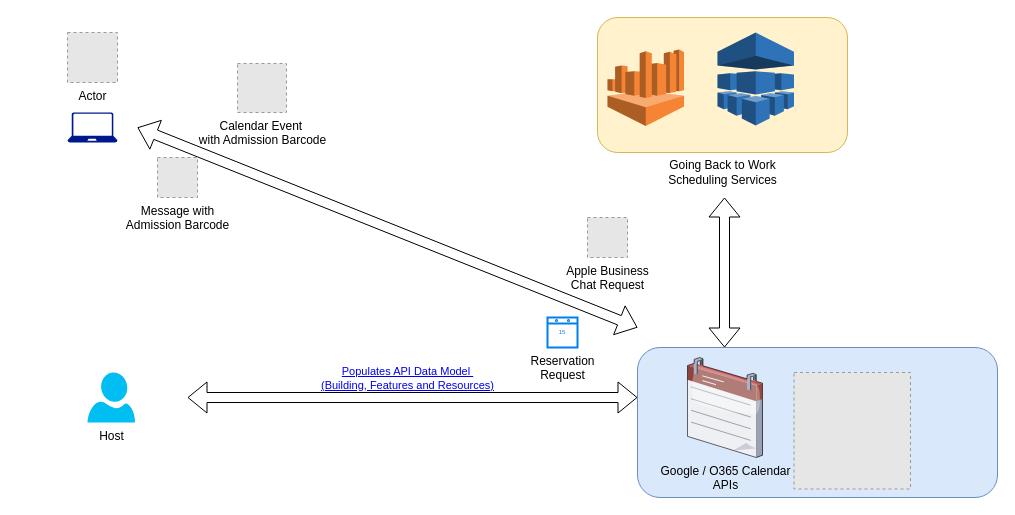
Earlier version of the draw.io diagram lectures/ai-systems/going-back-to-work/images/going-back-to-work.drawio (pantelis/aiml-common). Source tidied: cells renumbered, new cells numbered last; positions are measured from the earlier drawing's top-left corner, leaving out a move shared by most shapes. Both pictures are drawn from the tidied source at 100%, with x=0, y=0 at pixel (67, 17). Pictures stored in the file or linked from it are replaced by grey dashed boxes.
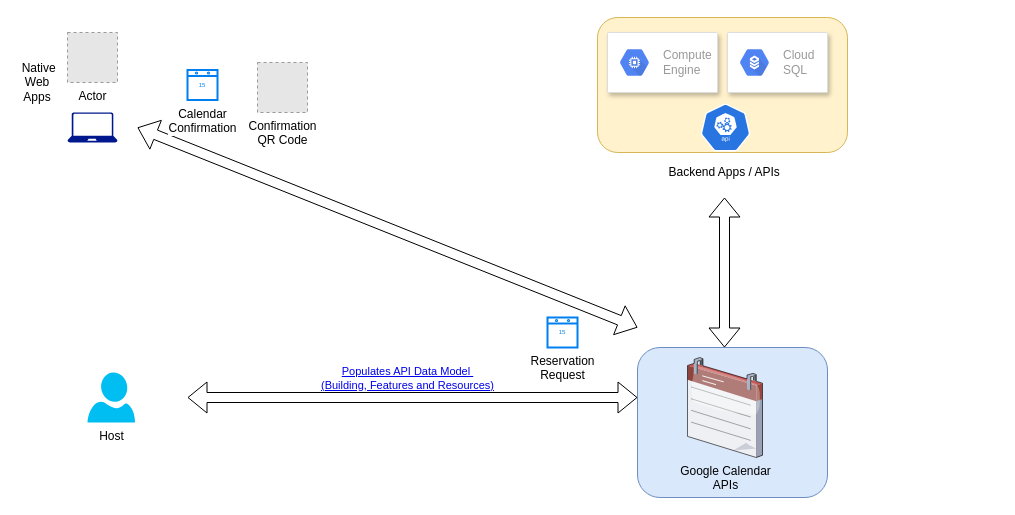
The same diagram, later.

What changed in the source:
```diff
@@
     <mxCell id="2" style="rounded=1;whiteSpace=wrap;html=1;fillColor=#dae8fc;strokeColor=#6c8ebf;" parent="1" vertex="1">
-      <mxGeometry x="570" y="330" width="360" height="150" as="geometry" />
+      <mxGeometry x="570" y="330" width="190" height="150" as="geometry" />
     </mxCell>
@@
-    <mxCell id="5" style="dashed=0;verticalLabelPosition=bottom;verticalAlign=top;align=center;html=1;shape=mxgraph.aws3.machine_learning;fillColor=#2E73B8;gradientColor=none;" parent="1" vertex="1">
-      <mxGeometry x="650" y="15" width="76.5" height="93" as="geometry" />
-    </mxCell>
-    <mxCell id="6" style="dashed=0;verticalLabelPosition=bottom;verticalAlign=top;align=center;html=1;shape=mxgraph.aws3.athena;fillColor=#F58534;gradientColor=none;" parent="1" vertex="1">
-      <mxGeometry x="540" y="32" width="76.5" height="76.5" as="geometry" />
-    </mxCell>
-    <mxCell id="7" value="Google / O365 Calendar&lt;br&gt;APIs" style="verticalLabelPosition=bottom;html=1;verticalAlign=top;strokeColor=none;align=center;shape=mxgraph.citrix.calendar;" parent="1" vertex="1">
+    <mxCell id="7" value="Google Calendar&lt;br&gt;APIs" style="verticalLabelPosition=bottom;html=1;verticalAlign=top;strokeColor=none;align=center;shape=mxgraph.citrix.calendar;" parent="1" vertex="1">
       <mxGeometry x="620" y="340" width="75" height="100" as="geometry" />
     </mxCell>
@@
-    <mxCell id="9" value="Going Back to Work &lt;br&gt;Scheduling Services" style="text;html=1;align=center;verticalAlign=middle;" parent="1" vertex="1">
-      <mxGeometry x="595" y="140" width="120" height="30" as="geometry" />
+    <mxCell id="9" value="&amp;nbsp;Backend Apps / APIs" style="text;html=1;align=center;verticalAlign=middle;" parent="1" vertex="1">
+      <mxGeometry x="590" y="145" width="130" height="20" as="geometry" />
     </mxCell>
@@
-    <mxCell id="11" value="Calendar Event&amp;nbsp;&lt;br&gt;with Admission Barcode" style="fillColor=#E6E6E6;strokeColor=#999999;dashed=1;html=1;verticalAlign=top;verticalLabelPosition=bottom;labelBackgroundColor=#ffffff;" parent="1" vertex="1">
-      <mxGeometry x="170" y="46" width="49" height="49" as="geometry" />
-    </mxCell>
@@
-    <mxCell id="17" value="Apple Business &lt;br&gt;Chat Request" style="fillColor=#E6E6E6;strokeColor=#999999;dashed=1;html=1;verticalAlign=top;verticalLabelPosition=bottom;labelBackgroundColor=#ffffff;" parent="1" vertex="1">
-      <mxGeometry x="520" y="200" width="40" height="40" as="geometry" />
-    </mxCell>
-    <mxCell id="18" value="Message with &lt;br&gt;Admission Barcode" style="fillColor=#E6E6E6;strokeColor=#999999;dashed=1;html=1;verticalAlign=top;verticalLabelPosition=bottom;labelBackgroundColor=#ffffff;" parent="1" vertex="1">
-      <mxGeometry x="90" y="140" width="40" height="40" as="geometry" />
-    </mxCell>
-    <mxCell id="19" style="fillColor=#E6E6E6;strokeColor=#999999;dashed=1;verticalLabelPosition=bottom;labelBackgroundColor=#ffffff;verticalAlign=top;" parent="1" vertex="1">
-      <mxGeometry x="726.5" y="355" width="116.5" height="116.5" as="geometry" />
-    </mxCell>
+    <mxCell id="20" style="strokeColor=#dddddd;shadow=1;strokeWidth=1;rounded=1;absoluteArcSize=1;arcSize=2;" parent="1" vertex="1">
+      <mxGeometry x="660" y="15" width="100" height="60" as="geometry" />
+    </mxCell>
+    <mxCell id="21" value="Cloud&#10;SQL" style="dashed=0;html=1;fillColor=#5184F3;strokeColor=none;shape=mxgraph.gcp2.hexIcon;prIcon=cloud_sql;labelPosition=right;verticalLabelPosition=middle;align=left;verticalAlign=middle;spacingLeft=5;fontColor=#999999;fontSize=12;" parent="20" vertex="1">
+      <mxGeometry y="0.5" width="44" height="39" relative="1" as="geometry">
+        <mxPoint x="5" y="-19.5" as="offset" />
+      </mxGeometry>
+    </mxCell>
+    <mxCell id="22" style="strokeColor=#dddddd;shadow=1;strokeWidth=1;rounded=1;absoluteArcSize=1;arcSize=2;" parent="1" vertex="1">
+      <mxGeometry x="540" y="15" width="110" height="60" as="geometry" />
+    </mxCell>
+    <mxCell id="23" value="Compute&#10;Engine" style="dashed=0;html=1;fillColor=#5184F3;strokeColor=none;shape=mxgraph.gcp2.hexIcon;prIcon=compute_engine;labelPosition=right;verticalLabelPosition=middle;align=left;verticalAlign=middle;spacingLeft=5;fontColor=#999999;fontSize=12;" parent="22" vertex="1">
+      <mxGeometry y="0.5" width="44" height="39" relative="1" as="geometry">
+        <mxPoint x="5" y="-19.5" as="offset" />
+      </mxGeometry>
+    </mxCell>
+    <mxCell id="24" value="Calendar &lt;br&gt;Confirmation" style="html=1;verticalLabelPosition=bottom;align=center;labelBackgroundColor=#ffffff;verticalAlign=top;strokeWidth=2;strokeColor=#0080F0;shadow=0;dashed=0;shape=mxgraph.ios7.icons.calendar;" parent="1" vertex="1">
+      <mxGeometry x="120" y="52.5" width="30" height="30" as="geometry" />
+    </mxCell>
+    <mxCell id="25" value="&amp;nbsp;Native Web Apps" style="text;html=1;strokeColor=none;fillColor=none;align=center;verticalAlign=middle;whiteSpace=wrap;rounded=0;" parent="1" vertex="1">
+      <mxGeometry x="-50" y="55" width="40" height="20" as="geometry" />
+    </mxCell>
+    <mxCell id="26" style="html=1;dashed=0;whitespace=wrap;fillColor=#2875E2;strokeColor=#ffffff;shape=mxgraph.kubernetes.icon;prIcon=api;" parent="1" vertex="1">
+      <mxGeometry x="633" y="86" width="50" height="48" as="geometry" />
+    </mxCell>
+    <mxCell id="27" value="Confirmation &lt;br&gt;QR Code" style="fillColor=#E6E6E6;strokeColor=#999999;dashed=1;html=1;verticalAlign=top;verticalLabelPosition=bottom;labelBackgroundColor=#ffffff;" parent="1" vertex="1">
+      <mxGeometry x="190" y="45" width="50" height="50" as="geometry" />
+    </mxCell>
```
